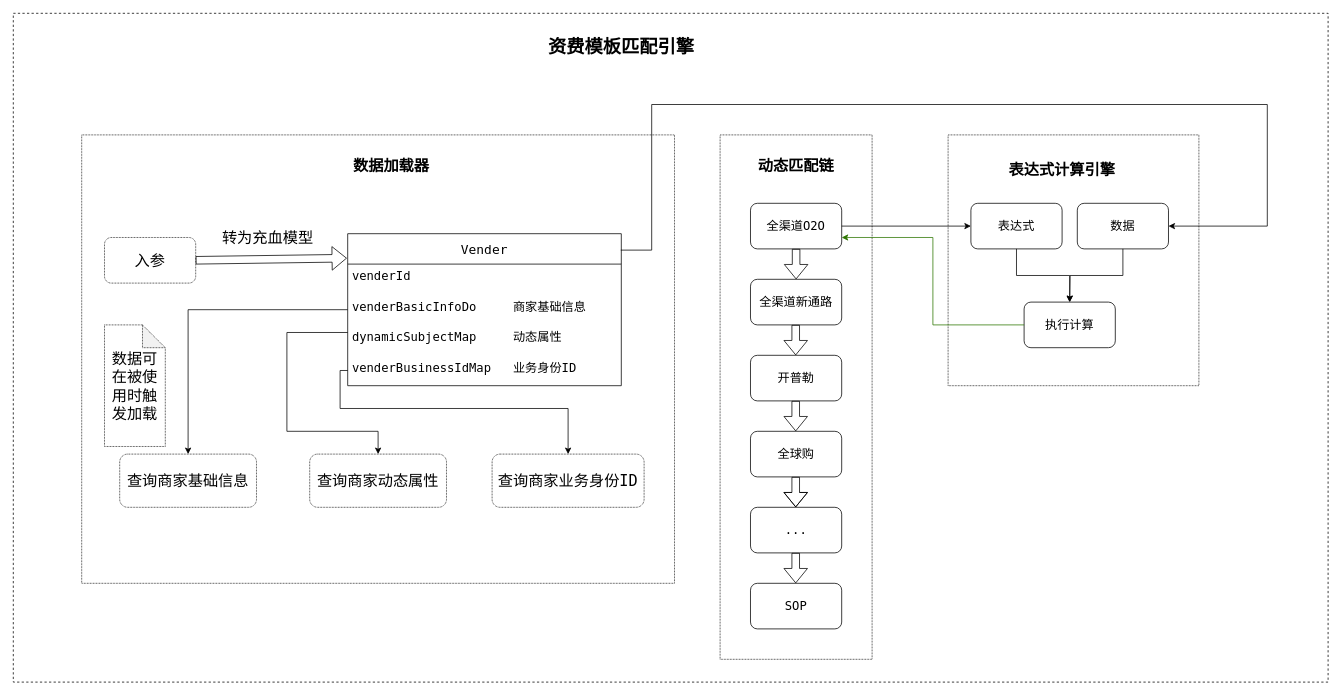
Before: 资费模板识别.drawio in RubberBoy/some, a draw.io diagram. Source tidied: cells renumbered, new cells numbered last; positions are measured from the earlier drawing's top-left corner, leaving out a move shared by most shapes. Both pictures are drawn from the tidied source at 76%, with x=0, y=0 at pixel (13, 13).
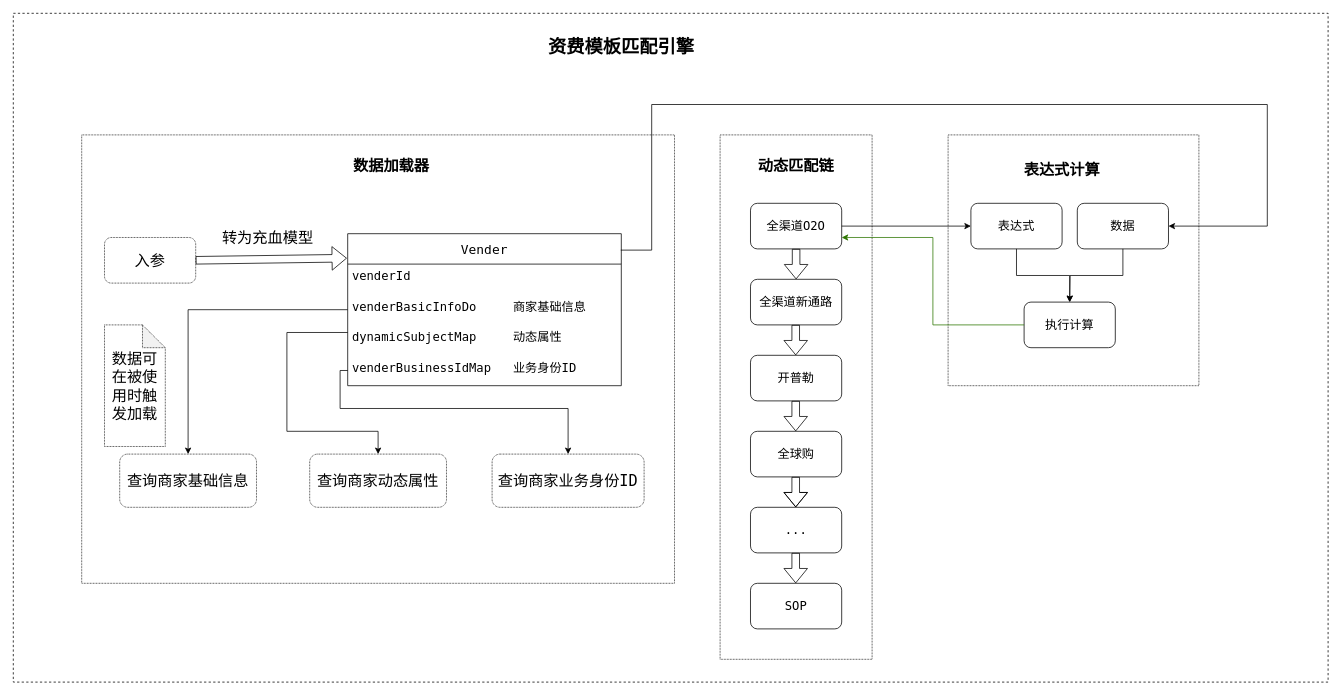
After the change.

Commit message:
更新资费模板识别.drawio

The edit, as a diff of the source:
```diff
@@
-    <mxCell id="24" value="表达式计算引擎" style="text;html=1;strokeColor=none;fillColor=none;align=center;verticalAlign=middle;whiteSpace=wrap;rounded=0;fontFamily=Menlo;fontSize=20;fontStyle=1;" parent="1" vertex="1">
+    <mxCell id="24" value="表达式计算" style="text;html=1;strokeColor=none;fillColor=none;align=center;verticalAlign=middle;whiteSpace=wrap;rounded=0;fontFamily=Menlo;fontSize=20;fontStyle=1;" parent="1" vertex="1">
       <mxGeometry x="1300" y="190" width="160" height="30" as="geometry" />
     </mxCell>
```
